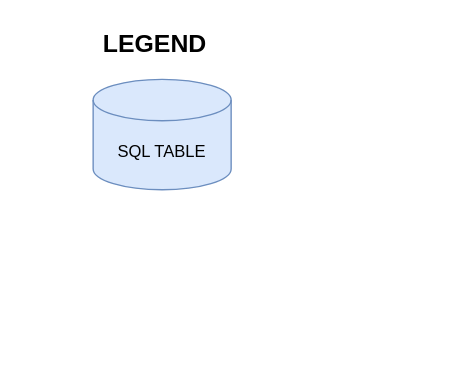
Earlier version of the draw.io diagram OnPremises_Structure.drawio (ancollis757/trackingtables). Source tidied: cells renumbered, new cells numbered last; positions are measured from the earlier drawing's top-left corner, leaving out a move shared by most shapes. Both pictures are drawn from the tidied source at 138%, with x=0, y=0 at pixel (23, 23).
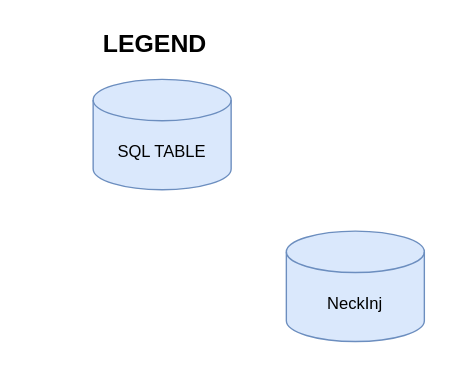
The same diagram, later.

What changed in the source:
```diff
@@
 <mxGraphModel>
   <root>
     <mxCell id="0" />
     <mxCell id="1" parent="0" />
     <mxCell id="2" value="SQL TABLE" style="shape=cylinder3;whiteSpace=wrap;html=1;boundedLbl=1;backgroundOutline=1;size=15;fillColor=#dae8fc;strokeColor=#6c8ebf;" parent="1" vertex="1">
       <mxGeometry x="50" y="40" width="100" height="80" as="geometry" />
     </mxCell>
     <mxCell id="3" value="&lt;font style=&quot;font-size: 18px;&quot;&gt;&lt;b&gt;LEGEND&lt;/b&gt;&lt;/font&gt;" style="text;html=1;strokeColor=none;fillColor=none;align=center;verticalAlign=middle;whiteSpace=wrap;rounded=0;" parent="1" vertex="1">
       <mxGeometry width="190" height="30" as="geometry" />
     </mxCell>
+    <mxCell id="4" value="NeckInj" style="shape=cylinder3;whiteSpace=wrap;html=1;boundedLbl=1;backgroundOutline=1;size=15;fillColor=#dae8fc;strokeColor=#6c8ebf;" parent="1" vertex="1">
+      <mxGeometry x="190" y="150" width="100" height="80" as="geometry" />
+    </mxCell>
   </root>
 </mxGraphModel>
```
